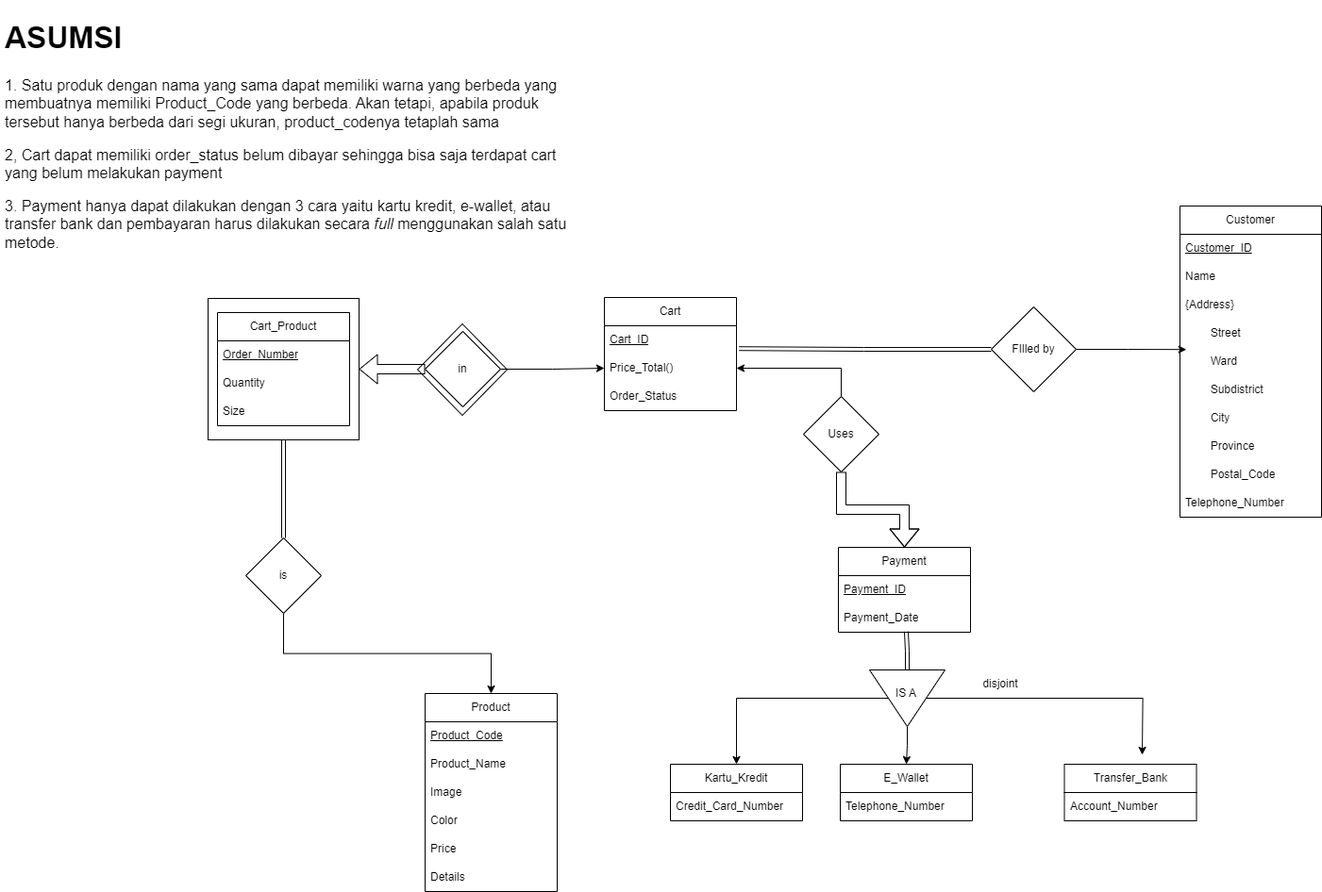
The draw.io diagram Data Storing/design/seleksi-ERD.png in wargabasdat/Seleksi-2023-Tugas-1, before a commit. Source tidied: cells renumbered, new cells last; positions are measured from the earlier drawing's top-left corner, leaving out a move shared by most shapes. Source of this version:
```xml
<mxGraphModel>
  <root>
    <mxCell id="0" />
    <mxCell id="1" parent="0" />
    <mxCell id="2" style="rhombus;whiteSpace=wrap;html=1;" parent="1" vertex="1">
      <mxGeometry x="442" y="333" width="95" height="97" as="geometry" />
    </mxCell>
    <mxCell id="3" value="Product" style="swimlane;fontStyle=0;horizontal=1;startSize=30;whiteSpace=wrap;html=1;" parent="1" vertex="1">
      <mxGeometry x="450" y="725" width="140" height="210" as="geometry" />
    </mxCell>
    <mxCell id="4" value="&lt;u&gt;Product_Code&lt;/u&gt;" style="text;strokeColor=none;fillColor=none;align=left;verticalAlign=middle;spacingLeft=4;spacingRight=4;overflow=hidden;whiteSpace=wrap;html=1;" parent="3" vertex="1">
      <mxGeometry y="30" width="140" height="30" as="geometry" />
    </mxCell>
    <mxCell id="5" value="Product_Name" style="text;strokeColor=none;fillColor=none;align=left;verticalAlign=middle;spacingLeft=4;spacingRight=4;overflow=hidden;whiteSpace=wrap;html=1;" parent="3" vertex="1">
      <mxGeometry y="60" width="140" height="30" as="geometry" />
    </mxCell>
    <mxCell id="6" value="Image" style="text;strokeColor=none;fillColor=none;align=left;verticalAlign=middle;spacingLeft=4;spacingRight=4;overflow=hidden;whiteSpace=wrap;html=1;" parent="3" vertex="1">
      <mxGeometry y="90" width="140" height="30" as="geometry" />
    </mxCell>
    <mxCell id="7" value="Color" style="text;strokeColor=none;fillColor=none;align=left;verticalAlign=middle;spacingLeft=4;spacingRight=4;overflow=hidden;whiteSpace=wrap;html=1;" parent="3" vertex="1">
      <mxGeometry y="120" width="140" height="30" as="geometry" />
    </mxCell>
    <mxCell id="8" value="Price" style="text;strokeColor=none;fillColor=none;align=left;verticalAlign=middle;spacingLeft=4;spacingRight=4;overflow=hidden;whiteSpace=wrap;html=1;" parent="3" vertex="1">
      <mxGeometry y="150" width="140" height="30" as="geometry" />
    </mxCell>
    <mxCell id="9" value="Details" style="text;strokeColor=none;fillColor=none;align=left;verticalAlign=middle;spacingLeft=4;spacingRight=4;overflow=hidden;whiteSpace=wrap;html=1;" parent="3" vertex="1">
      <mxGeometry y="180" width="140" height="30" as="geometry" />
    </mxCell>
    <mxCell id="10" value="Customer" style="swimlane;fontStyle=0;horizontal=1;startSize=30;whiteSpace=wrap;html=1;" parent="1" vertex="1">
      <mxGeometry x="1250" y="208" width="150" height="330" as="geometry" />
    </mxCell>
    <mxCell id="11" value="&lt;u&gt;Customer_ID&lt;/u&gt;" style="text;strokeColor=none;fillColor=none;align=left;verticalAlign=middle;spacingLeft=4;spacingRight=4;overflow=hidden;whiteSpace=wrap;html=1;" parent="10" vertex="1">
      <mxGeometry y="30" width="150" height="30" as="geometry" />
    </mxCell>
    <mxCell id="12" value="Name" style="text;strokeColor=none;fillColor=none;align=left;verticalAlign=middle;spacingLeft=4;spacingRight=4;overflow=hidden;whiteSpace=wrap;html=1;" parent="10" vertex="1">
      <mxGeometry y="60" width="150" height="30" as="geometry" />
    </mxCell>
    <mxCell id="13" value="{Address}" style="text;strokeColor=none;fillColor=none;align=left;verticalAlign=middle;spacingLeft=4;spacingRight=4;overflow=hidden;whiteSpace=wrap;html=1;" parent="10" vertex="1">
      <mxGeometry y="90" width="150" height="30" as="geometry" />
    </mxCell>
    <mxCell id="14" value="&lt;span style=&quot;white-space: pre;&quot;&gt;&#9;&lt;/span&gt;Street" style="text;strokeColor=none;fillColor=none;align=left;verticalAlign=middle;spacingLeft=4;spacingRight=4;overflow=hidden;whiteSpace=wrap;html=1;" parent="10" vertex="1">
      <mxGeometry y="120" width="150" height="30" as="geometry" />
    </mxCell>
    <mxCell id="15" value="&lt;span style=&quot;white-space: pre;&quot;&gt;&#9;&lt;/span&gt;Ward" style="text;strokeColor=none;fillColor=none;align=left;verticalAlign=middle;spacingLeft=4;spacingRight=4;overflow=hidden;points=[[0,0.5],[1,0.5]];portConstraint=eastwest;whiteSpace=wrap;html=1;" parent="10" vertex="1">
      <mxGeometry y="150" width="150" height="30" as="geometry" />
    </mxCell>
    <mxCell id="16" value="&lt;span style=&quot;white-space: pre;&quot;&gt;&#9;&lt;/span&gt;Subdistrict" style="text;strokeColor=none;fillColor=none;align=left;verticalAlign=middle;spacingLeft=4;spacingRight=4;overflow=hidden;whiteSpace=wrap;html=1;" parent="10" vertex="1">
      <mxGeometry y="180" width="150" height="30" as="geometry" />
    </mxCell>
    <mxCell id="17" value="&lt;span style=&quot;white-space: pre;&quot;&gt;&#9;&lt;/span&gt;City" style="text;strokeColor=none;fillColor=none;align=left;verticalAlign=middle;spacingLeft=4;spacingRight=4;overflow=hidden;whiteSpace=wrap;html=1;" parent="10" vertex="1">
      <mxGeometry y="210" width="150" height="30" as="geometry" />
    </mxCell>
    <mxCell id="18" value="&lt;span style=&quot;white-space: pre;&quot;&gt;&#9;&lt;/span&gt;Province" style="text;strokeColor=none;fillColor=none;align=left;verticalAlign=middle;spacingLeft=4;spacingRight=4;overflow=hidden;whiteSpace=wrap;html=1;" parent="10" vertex="1">
      <mxGeometry y="240" width="150" height="30" as="geometry" />
    </mxCell>
    <mxCell id="19" value="&lt;span style=&quot;white-space: pre;&quot;&gt;&#9;&lt;/span&gt;Postal_Code" style="text;strokeColor=none;fillColor=none;align=left;verticalAlign=middle;spacingLeft=4;spacingRight=4;overflow=hidden;whiteSpace=wrap;html=1;" parent="10" vertex="1">
      <mxGeometry y="270" width="150" height="30" as="geometry" />
    </mxCell>
    <mxCell id="20" value="Telephone_Number" style="text;strokeColor=none;fillColor=none;align=left;verticalAlign=middle;spacingLeft=4;spacingRight=4;overflow=hidden;whiteSpace=wrap;html=1;" parent="10" vertex="1">
      <mxGeometry y="300" width="150" height="30" as="geometry" />
    </mxCell>
    <mxCell id="21" style="edgeStyle=orthogonalEdgeStyle;rounded=0;jettySize=auto;html=1;exitX=1;exitY=0.5;exitDx=0;exitDy=0;entryX=0.045;entryY=0.073;entryDx=0;entryDy=0;entryPerimeter=0;" parent="1" edge="1" source="23" target="15">
      <mxGeometry relative="1" as="geometry" />
    </mxCell>
    <mxCell id="22" style="edgeStyle=orthogonalEdgeStyle;rounded=0;jettySize=auto;html=1;exitX=0;exitY=0.5;exitDx=0;exitDy=0;entryX=1.02;entryY=-0.193;entryDx=0;entryDy=0;entryPerimeter=0;shape=link;" parent="1" edge="1" source="23" target="26">
      <mxGeometry relative="1" as="geometry" />
    </mxCell>
    <mxCell id="23" value="FIlled by" style="rhombus;whiteSpace=wrap;html=1;" parent="1" vertex="1">
      <mxGeometry x="1050" y="315" width="90" height="90" as="geometry" />
    </mxCell>
    <mxCell id="24" value="Cart" style="swimlane;fontStyle=0;horizontal=1;startSize=30;whiteSpace=wrap;html=1;" parent="1" vertex="1">
      <mxGeometry x="640" y="305" width="140" height="120" as="geometry" />
    </mxCell>
    <mxCell id="25" value="&lt;u&gt;Cart_ID&lt;/u&gt;" style="text;strokeColor=none;fillColor=none;align=left;verticalAlign=middle;spacingLeft=4;spacingRight=4;overflow=hidden;whiteSpace=wrap;html=1;" parent="24" vertex="1">
      <mxGeometry y="30" width="140" height="30" as="geometry" />
    </mxCell>
    <mxCell id="26" value="Price_Total()" style="text;strokeColor=none;fillColor=none;align=left;verticalAlign=middle;spacingLeft=4;spacingRight=4;overflow=hidden;points=[[0,0.5],[1,0.5]];portConstraint=eastwest;whiteSpace=wrap;html=1;" parent="24" vertex="1">
      <mxGeometry y="60" width="140" height="30" as="geometry" />
    </mxCell>
    <mxCell id="27" value="Order_Status" style="text;strokeColor=none;fillColor=none;align=left;verticalAlign=middle;spacingLeft=4;spacingRight=4;overflow=hidden;whiteSpace=wrap;html=1;" parent="24" vertex="1">
      <mxGeometry y="90" width="140" height="30" as="geometry" />
    </mxCell>
    <mxCell id="28" style="edgeStyle=orthogonalEdgeStyle;rounded=0;jettySize=auto;html=1;exitX=1;exitY=0.5;exitDx=0;exitDy=0;entryX=0;entryY=0.5;entryDx=0;entryDy=0;endArrow=classic;endFill=1;" parent="1" edge="1" source="30">
      <mxGeometry relative="1" as="geometry">
        <mxPoint x="640" y="380" as="targetPoint" />
      </mxGeometry>
    </mxCell>
    <mxCell id="29" style="edgeStyle=orthogonalEdgeStyle;rounded=0;jettySize=auto;html=1;exitX=0;exitY=0.5;exitDx=0;exitDy=0;entryX=1;entryY=0.5;entryDx=0;entryDy=0;shape=flexArrow;" parent="1" edge="1" source="30" target="50">
      <mxGeometry relative="1" as="geometry" />
    </mxCell>
    <mxCell id="30" value="in" style="rhombus;whiteSpace=wrap;html=1;" parent="1" vertex="1">
      <mxGeometry x="450" y="341" width="80" height="80" as="geometry" />
    </mxCell>
    <mxCell id="31" value="Payment" style="swimlane;fontStyle=0;horizontal=1;startSize=30;whiteSpace=wrap;html=1;" parent="1" vertex="1">
      <mxGeometry x="888" y="570" width="140" height="90" as="geometry" />
    </mxCell>
    <mxCell id="32" value="&lt;u&gt;Payment_ID&lt;/u&gt;" style="text;strokeColor=none;fillColor=none;align=left;verticalAlign=middle;spacingLeft=4;spacingRight=4;overflow=hidden;whiteSpace=wrap;html=1;" parent="31" vertex="1">
      <mxGeometry y="30" width="140" height="30" as="geometry" />
    </mxCell>
    <mxCell id="33" value="Payment_Date" style="text;strokeColor=none;fillColor=none;align=left;verticalAlign=middle;spacingLeft=4;spacingRight=4;overflow=hidden;points=[[0,0.5],[1,0.5]];portConstraint=eastwest;whiteSpace=wrap;html=1;" parent="31" vertex="1">
      <mxGeometry y="60" width="140" height="30" as="geometry" />
    </mxCell>
    <mxCell id="34" style="edgeStyle=orthogonalEdgeStyle;rounded=0;jettySize=auto;html=1;exitX=0.5;exitY=1;exitDx=0;exitDy=0;shape=flexArrow;" parent="1" edge="1" source="36" target="31">
      <mxGeometry relative="1" as="geometry" />
    </mxCell>
    <mxCell id="35" style="edgeStyle=orthogonalEdgeStyle;rounded=0;jettySize=auto;html=1;exitX=0.5;exitY=0;exitDx=0;exitDy=0;" parent="1" edge="1" source="36" target="26">
      <mxGeometry relative="1" as="geometry" />
    </mxCell>
    <mxCell id="36" value="Uses" style="rhombus;whiteSpace=wrap;html=1;" parent="1" vertex="1">
      <mxGeometry x="851" y="410" width="80" height="80" as="geometry" />
    </mxCell>
    <mxCell id="37" value="Kartu_Kredit" style="swimlane;fontStyle=0;horizontal=1;startSize=30;whiteSpace=wrap;html=1;" parent="1" vertex="1">
      <mxGeometry x="710" y="800" width="140" height="60" as="geometry" />
    </mxCell>
    <mxCell id="38" value="Credit_Card_Number" style="text;strokeColor=none;fillColor=none;align=left;verticalAlign=middle;spacingLeft=4;spacingRight=4;overflow=hidden;whiteSpace=wrap;html=1;" parent="37" vertex="1">
      <mxGeometry y="30" width="140" height="30" as="geometry" />
    </mxCell>
    <mxCell id="39" value="E_Wallet" style="swimlane;fontStyle=0;horizontal=1;startSize=30;whiteSpace=wrap;html=1;" parent="1" vertex="1">
      <mxGeometry x="890" y="800" width="140" height="60" as="geometry" />
    </mxCell>
    <mxCell id="40" value="Telephone_Number" style="text;strokeColor=none;fillColor=none;align=left;verticalAlign=middle;spacingLeft=4;spacingRight=4;overflow=hidden;whiteSpace=wrap;html=1;" parent="39" vertex="1">
      <mxGeometry y="30" width="140" height="30" as="geometry" />
    </mxCell>
    <mxCell id="41" value="Transfer_Bank" style="swimlane;fontStyle=0;horizontal=1;startSize=30;whiteSpace=wrap;html=1;" parent="1" vertex="1">
      <mxGeometry x="1127.5" y="800" width="140" height="60" as="geometry" />
    </mxCell>
    <mxCell id="42" value="Account_Number" style="text;strokeColor=none;fillColor=none;align=left;verticalAlign=middle;spacingLeft=4;spacingRight=4;overflow=hidden;whiteSpace=wrap;html=1;" parent="41" vertex="1">
      <mxGeometry y="30" width="140" height="30" as="geometry" />
    </mxCell>
    <mxCell id="43" style="edgeStyle=orthogonalEdgeStyle;rounded=0;jettySize=auto;html=1;exitX=0.5;exitY=1;exitDx=0;exitDy=0;entryX=0.5;entryY=0;entryDx=0;entryDy=0;" parent="1" edge="1" source="47" target="37">
      <mxGeometry relative="1" as="geometry" />
    </mxCell>
    <mxCell id="44" style="edgeStyle=orthogonalEdgeStyle;rounded=0;jettySize=auto;html=1;exitX=0.5;exitY=0;exitDx=0;exitDy=0;" parent="1" edge="1" source="47">
      <mxGeometry relative="1" as="geometry">
        <mxPoint x="1210" y="790" as="targetPoint" />
      </mxGeometry>
    </mxCell>
    <mxCell id="45" style="edgeStyle=orthogonalEdgeStyle;rounded=0;jettySize=auto;html=1;exitX=1;exitY=0.5;exitDx=0;exitDy=0;" parent="1" edge="1" source="47" target="39">
      <mxGeometry relative="1" as="geometry" />
    </mxCell>
    <mxCell id="46" style="edgeStyle=orthogonalEdgeStyle;rounded=0;jettySize=auto;html=1;exitX=0;exitY=0.5;exitDx=0;exitDy=0;entryX=0.514;entryY=0.974;entryDx=0;entryDy=0;entryPerimeter=0;shape=link;" parent="1" edge="1" source="47" target="33">
      <mxGeometry relative="1" as="geometry" />
    </mxCell>
    <mxCell id="47" style="triangle;whiteSpace=wrap;html=1;rotation=90;" parent="1" vertex="1">
      <mxGeometry x="931" y="690" width="60" height="80" as="geometry" />
    </mxCell>
    <mxCell id="48" value="disjoint" style="text;html=1;strokeColor=none;fillColor=none;align=center;verticalAlign=middle;whiteSpace=wrap;rounded=0;" parent="1" vertex="1">
      <mxGeometry x="1030" y="700" width="60" height="30" as="geometry" />
    </mxCell>
    <mxCell id="49" value="IS A" style="text;html=1;strokeColor=none;fillColor=none;align=center;verticalAlign=middle;whiteSpace=wrap;rounded=0;" parent="1" vertex="1">
      <mxGeometry x="930" y="710" width="60" height="30" as="geometry" />
    </mxCell>
    <mxCell id="50" style="rounded=0;whiteSpace=wrap;html=1;" parent="1" vertex="1">
      <mxGeometry x="220" y="306" width="160" height="150" as="geometry" />
    </mxCell>
    <mxCell id="51" value="Cart_Product" style="swimlane;fontStyle=0;horizontal=1;startSize=30;whiteSpace=wrap;html=1;" parent="1" vertex="1">
      <mxGeometry x="230" y="321" width="140" height="120" as="geometry" />
    </mxCell>
    <mxCell id="52" value="&lt;u&gt;Order_Number&lt;/u&gt;" style="text;strokeColor=none;fillColor=none;align=left;verticalAlign=middle;spacingLeft=4;spacingRight=4;overflow=hidden;whiteSpace=wrap;html=1;dashed=1;" parent="51" vertex="1">
      <mxGeometry y="30" width="140" height="30" as="geometry" />
    </mxCell>
    <mxCell id="53" value="Quantity" style="text;strokeColor=none;fillColor=none;align=left;verticalAlign=middle;spacingLeft=4;spacingRight=4;overflow=hidden;whiteSpace=wrap;html=1;" parent="51" vertex="1">
      <mxGeometry y="60" width="140" height="30" as="geometry" />
    </mxCell>
    <mxCell id="54" value="Size" style="text;strokeColor=none;fillColor=none;align=left;verticalAlign=middle;spacingLeft=4;spacingRight=4;overflow=hidden;whiteSpace=wrap;html=1;" parent="51" vertex="1">
      <mxGeometry y="90" width="140" height="30" as="geometry" />
    </mxCell>
    <mxCell id="55" style="edgeStyle=orthogonalEdgeStyle;rounded=0;jettySize=auto;html=1;exitX=0.5;exitY=1;exitDx=0;exitDy=0;" parent="1" edge="1" source="57" target="3">
      <mxGeometry relative="1" as="geometry" />
    </mxCell>
    <mxCell id="56" style="edgeStyle=none;curved=1;rounded=0;jettySize=auto;html=1;exitX=0.5;exitY=0;exitDx=0;exitDy=0;entryX=0.5;entryY=1;entryDx=0;entryDy=0;fontSize=12;shape=link;" parent="1" edge="1" source="57" target="50">
      <mxGeometry relative="1" as="geometry" />
    </mxCell>
    <mxCell id="57" value="is" style="rhombus;whiteSpace=wrap;html=1;" parent="1" vertex="1">
      <mxGeometry x="260" y="560" width="80" height="80" as="geometry" />
    </mxCell>
    <mxCell id="58" value="&lt;h1&gt;ASUMSI&lt;/h1&gt;&lt;p&gt;1. Satu produk dengan nama yang sama dapat memiliki warna yang berbeda yang membuatnya memiliki Product_Code yang berbeda. Akan tetapi, apabila produk tersebut hanya berbeda dari segi ukuran, product_codenya tetaplah sama&lt;/p&gt;&lt;p&gt;2, Cart dapat memiliki order_status belum dibayar sehingga bisa saja terdapat cart yang belum melakukan payment&lt;/p&gt;&lt;p&gt;3. Payment hanya dapat dilakukan dengan 3 cara yaitu kartu kredit, e-wallet, atau transfer bank dan pembayaran harus dilakukan secara &lt;i&gt;full&lt;/i&gt;&amp;nbsp;menggunakan salah satu metode.&lt;/p&gt;&lt;p&gt;&lt;br&gt;&lt;/p&gt;" style="text;html=1;strokeColor=none;fillColor=none;spacing=5;spacingTop=-20;whiteSpace=wrap;overflow=hidden;rounded=0;fontSize=16;" parent="1" vertex="1">
      <mxGeometry width="620" height="450" as="geometry" />
    </mxCell>
  </root>
</mxGraphModel>
```
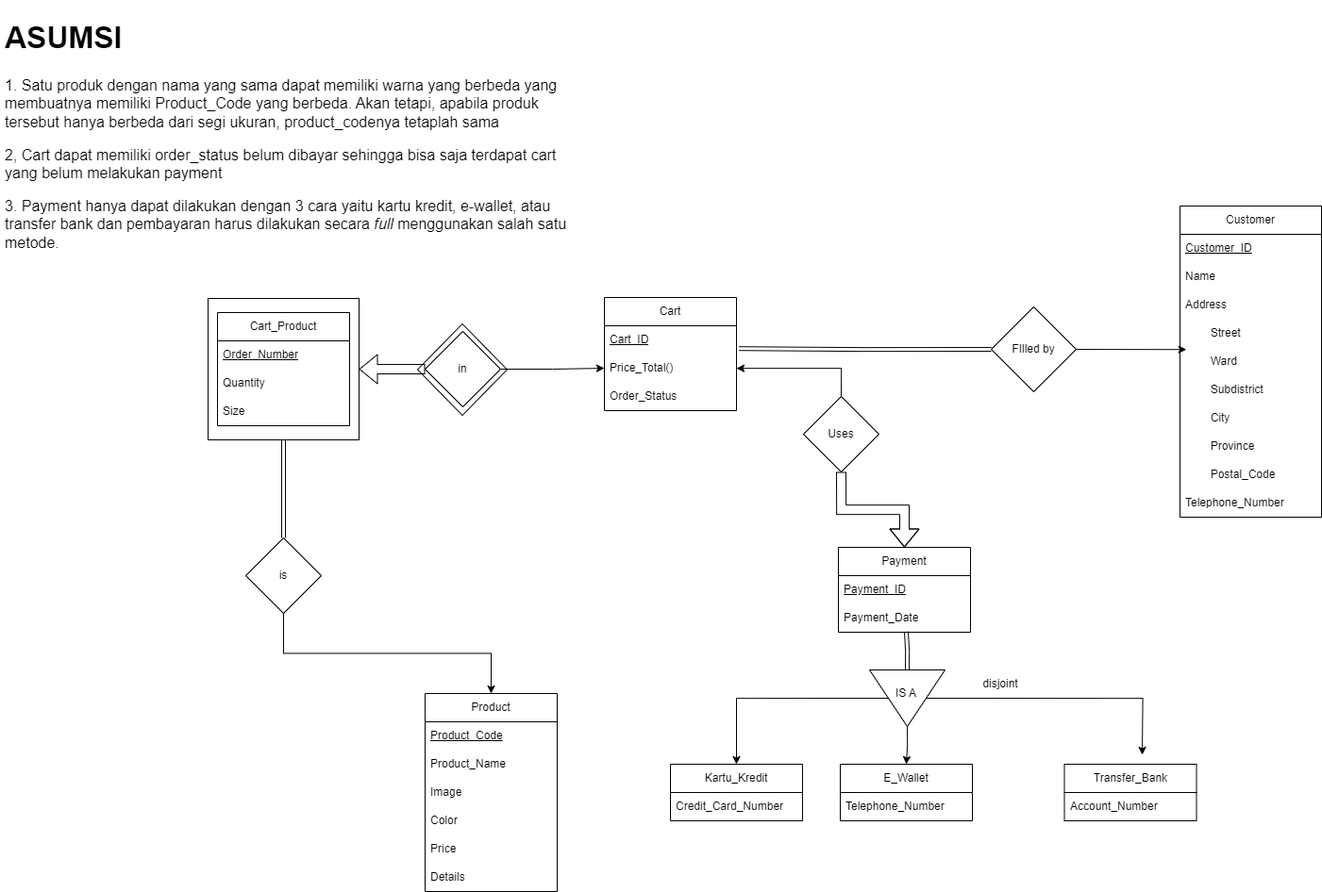
After the change.

Diff of the diagram source:
```diff
@@ -35,7 +35,7 @@
     <mxCell id="12" value="Name" style="text;strokeColor=none;fillColor=none;align=left;verticalAlign=middle;spacingLeft=4;spacingRight=4;overflow=hidden;whiteSpace=wrap;html=1;" parent="10" vertex="1">
       <mxGeometry y="60" width="150" height="30" as="geometry" />
     </mxCell>
-    <mxCell id="13" value="{Address}" style="text;strokeColor=none;fillColor=none;align=left;verticalAlign=middle;spacingLeft=4;spacingRight=4;overflow=hidden;whiteSpace=wrap;html=1;" parent="10" vertex="1">
+    <mxCell id="13" value="Address" style="text;strokeColor=none;fillColor=none;align=left;verticalAlign=middle;spacingLeft=4;spacingRight=4;overflow=hidden;whiteSpace=wrap;html=1;" parent="10" vertex="1">
       <mxGeometry y="90" width="150" height="30" as="geometry" />
     </mxCell>
     <mxCell id="14" value="&lt;span style=&quot;white-space: pre;&quot;&gt;&#9;&lt;/span&gt;Street" style="text;strokeColor=none;fillColor=none;align=left;verticalAlign=middle;spacingLeft=4;spacingRight=4;overflow=hidden;whiteSpace=wrap;html=1;" parent="10" vertex="1">
```
